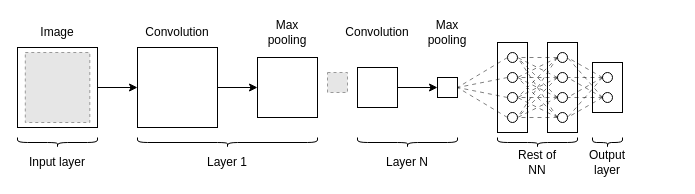
Mikkelnn/ESD7-Project keeps this draw.io diagram as figures/technicalAnalysis/NN/CNNArchitecture.drawio. Above is the earlier version. Source tidied: cells renumbered, new cells numbered last; positions are measured from the earlier drawing's top-left corner, leaving out a move shared by most shapes. Both pictures are drawn from the tidied source at 100%, with x=0, y=0 at pixel (17, 17). Pictures stored in the file or linked from it are replaced by grey dashed boxes.
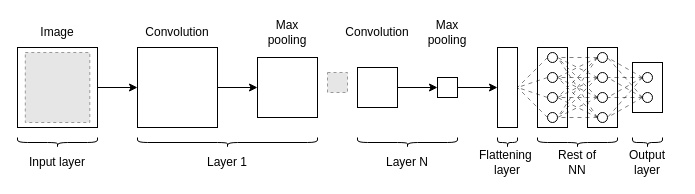
The same diagram, later.

Unchanged cells that the change refers to:
```xml
<mxCell id="12" style="whiteSpace=wrap;html=1;" parent="1" vertex="1">
  <mxGeometry x="420" y="60" width="20" height="20" as="geometry" />
</mxCell>
```

What changed in the source:
```diff
@@
+    <mxCell id="68" style="edgeStyle=orthogonalEdgeStyle;rounded=0;jettySize=auto;html=1;" parent="1" edge="1" source="12" target="69">
+      <mxGeometry relative="1" as="geometry" />
+    </mxCell>
@@
     <mxCell id="20" style="whiteSpace=wrap;html=1;fillColor=none;" parent="1" vertex="1">
-      <mxGeometry x="530" y="25" width="30" height="90" as="geometry" />
+      <mxGeometry x="570" y="30" width="30" height="80" as="geometry" />
     </mxCell>
     <mxCell id="21" style="ellipse;whiteSpace=wrap;html=1;fillColor=none;" parent="1" vertex="1">
-      <mxGeometry x="540" y="35" width="10" height="10" as="geometry" />
+      <mxGeometry x="580" y="35" width="10" height="10" as="geometry" />
     </mxCell>
     <mxCell id="22" style="ellipse;whiteSpace=wrap;html=1;fillColor=none;" parent="1" vertex="1">
-      <mxGeometry x="540" y="55" width="10" height="10" as="geometry" />
+      <mxGeometry x="580" y="55" width="10" height="10" as="geometry" />
     </mxCell>
     <mxCell id="23" style="ellipse;whiteSpace=wrap;html=1;fillColor=none;" parent="1" vertex="1">
-      <mxGeometry x="540" y="75" width="10" height="10" as="geometry" />
+      <mxGeometry x="580" y="75" width="10" height="10" as="geometry" />
     </mxCell>
     <mxCell id="24" style="ellipse;whiteSpace=wrap;html=1;fillColor=none;" parent="1" vertex="1">
-      <mxGeometry x="540" y="95" width="10" height="10" as="geometry" />
+      <mxGeometry x="580" y="95" width="10" height="10" as="geometry" />
     </mxCell>
     <mxCell id="25" style="whiteSpace=wrap;html=1;fillColor=none;" parent="1" vertex="1">
-      <mxGeometry x="575" y="45" width="30" height="50" as="geometry" />
+      <mxGeometry x="615" y="45" width="30" height="50" as="geometry" />
     </mxCell>
     <mxCell id="26" style="ellipse;whiteSpace=wrap;html=1;fillColor=none;" parent="1" vertex="1">
-      <mxGeometry x="585" y="55" width="10" height="10" as="geometry" />
+      <mxGeometry x="625" y="55" width="10" height="10" as="geometry" />
     </mxCell>
     <mxCell id="27" style="ellipse;whiteSpace=wrap;html=1;fillColor=none;" parent="1" vertex="1">
-      <mxGeometry x="585" y="75" width="10" height="10" as="geometry" />
+      <mxGeometry x="625" y="75" width="10" height="10" as="geometry" />
     </mxCell>
@@
     <mxCell id="36" style="whiteSpace=wrap;html=1;fillColor=none;" parent="1" vertex="1">
-      <mxGeometry x="480" y="25" width="30" height="90" as="geometry" />
+      <mxGeometry x="520" y="30" width="30" height="80" as="geometry" />
     </mxCell>
     <mxCell id="37" style="ellipse;whiteSpace=wrap;html=1;fillColor=none;" parent="1" vertex="1">
-      <mxGeometry x="490" y="35" width="10" height="10" as="geometry" />
+      <mxGeometry x="530" y="35" width="10" height="10" as="geometry" />
     </mxCell>
     <mxCell id="38" style="ellipse;whiteSpace=wrap;html=1;fillColor=none;" parent="1" vertex="1">
-      <mxGeometry x="490" y="55" width="10" height="10" as="geometry" />
+      <mxGeometry x="530" y="55" width="10" height="10" as="geometry" />
     </mxCell>
     <mxCell id="39" style="ellipse;whiteSpace=wrap;html=1;fillColor=none;" parent="1" vertex="1">
-      <mxGeometry x="490" y="75" width="10" height="10" as="geometry" />
+      <mxGeometry x="530" y="75" width="10" height="10" as="geometry" />
     </mxCell>
     <mxCell id="40" style="ellipse;whiteSpace=wrap;html=1;fillColor=none;" parent="1" vertex="1">
-      <mxGeometry x="490" y="95" width="10" height="10" as="geometry" />
+      <mxGeometry x="530" y="95" width="10" height="10" as="geometry" />
     </mxCell>
@@
-    <mxCell id="57" style="endArrow=none;dashed=1;html=1;dashPattern=8 8;strokeWidth=0.5;rounded=0;exitX=0;exitY=0.5;exitDx=0;exitDy=0;entryX=1;entryY=0.5;entryDx=0;entryDy=0;" parent="1" edge="1" source="37" target="12">
+    <mxCell id="57" style="endArrow=none;dashed=1;html=1;dashPattern=8 8;strokeWidth=0.5;rounded=0;exitX=0;exitY=0.5;exitDx=0;exitDy=0;entryX=1;entryY=0.5;entryDx=0;entryDy=0;" parent="1" edge="1" source="37" target="69">
       <mxGeometry relative="1" as="geometry" />
     </mxCell>
-    <mxCell id="58" style="endArrow=none;dashed=1;html=1;dashPattern=8 8;strokeWidth=0.5;rounded=0;exitX=0;exitY=0.5;exitDx=0;exitDy=0;entryX=1;entryY=0.5;entryDx=0;entryDy=0;" parent="1" edge="1" source="38" target="12">
+    <mxCell id="58" style="endArrow=none;dashed=1;html=1;dashPattern=8 8;strokeWidth=0.5;rounded=0;exitX=0;exitY=0.5;exitDx=0;exitDy=0;entryX=1;entryY=0.5;entryDx=0;entryDy=0;" parent="1" edge="1" source="38" target="69">
       <mxGeometry relative="1" as="geometry" />
     </mxCell>
-    <mxCell id="59" style="endArrow=none;dashed=1;html=1;dashPattern=8 8;strokeWidth=0.5;rounded=0;exitX=0;exitY=0.5;exitDx=0;exitDy=0;entryX=1;entryY=0.5;entryDx=0;entryDy=0;" parent="1" edge="1" source="39" target="12">
+    <mxCell id="59" style="endArrow=none;dashed=1;html=1;dashPattern=8 8;strokeWidth=0.5;rounded=0;exitX=0;exitY=0.5;exitDx=0;exitDy=0;entryX=1;entryY=0.5;entryDx=0;entryDy=0;" parent="1" edge="1" source="39" target="69">
       <mxGeometry relative="1" as="geometry" />
     </mxCell>
-    <mxCell id="60" style="endArrow=none;dashed=1;html=1;dashPattern=8 8;strokeWidth=0.5;rounded=0;exitX=0;exitY=0.5;exitDx=0;exitDy=0;entryX=1;entryY=0.5;entryDx=0;entryDy=0;" parent="1" edge="1" source="40" target="12">
+    <mxCell id="60" style="endArrow=none;dashed=1;html=1;dashPattern=8 8;strokeWidth=0.5;rounded=0;exitX=0;exitY=0.5;exitDx=0;exitDy=0;entryX=1;entryY=0.5;entryDx=0;entryDy=0;" parent="1" edge="1" source="40" target="69">
       <mxGeometry relative="1" as="geometry" />
     </mxCell>
     <mxCell id="61" style="shape=curlyBracket;whiteSpace=wrap;html=1;rounded=1;flipH=1;labelPosition=right;verticalLabelPosition=middle;align=left;verticalAlign=middle;rotation=90;" parent="1" vertex="1">
-      <mxGeometry x="515" y="85" width="10" height="80" as="geometry" />
+      <mxGeometry x="555" y="85" width="10" height="80" as="geometry" />
     </mxCell>
     <mxCell id="62" value="Rest of NN" style="text;html=1;whiteSpace=wrap;strokeColor=none;fillColor=none;align=center;verticalAlign=middle;rounded=0;" parent="1" vertex="1">
-      <mxGeometry x="490" y="130" width="60" height="30" as="geometry" />
+      <mxGeometry x="530" y="130" width="60" height="30" as="geometry" />
     </mxCell>
     <mxCell id="63" style="shape=curlyBracket;whiteSpace=wrap;html=1;rounded=1;flipH=1;labelPosition=right;verticalLabelPosition=middle;align=left;verticalAlign=middle;rotation=90;" parent="1" vertex="1">
-      <mxGeometry x="585" y="110" width="10" height="30" as="geometry" />
+      <mxGeometry x="625" y="110" width="10" height="30" as="geometry" />
     </mxCell>
     <mxCell id="64" value="&lt;div&gt;Output&lt;/div&gt;&lt;div&gt;layer&lt;/div&gt;" style="text;html=1;whiteSpace=wrap;strokeColor=none;fillColor=none;align=center;verticalAlign=middle;rounded=0;" parent="1" vertex="1">
-      <mxGeometry x="560" y="130" width="60" height="30" as="geometry" />
+      <mxGeometry x="600" y="130" width="60" height="30" as="geometry" />
     </mxCell>
@@
+    <mxCell id="69" style="whiteSpace=wrap;html=1;" parent="1" vertex="1">
+      <mxGeometry x="480" y="30" width="20" height="80" as="geometry" />
+    </mxCell>
+    <mxCell id="70" value="&lt;div&gt;Flattening&amp;nbsp;&lt;/div&gt;layer" style="text;html=1;whiteSpace=wrap;strokeColor=none;fillColor=none;align=center;verticalAlign=middle;rounded=0;" parent="1" vertex="1">
+      <mxGeometry x="455" y="130" width="70" height="30" as="geometry" />
+    </mxCell>
+    <mxCell id="71" style="shape=curlyBracket;whiteSpace=wrap;html=1;rounded=1;flipH=1;labelPosition=right;verticalLabelPosition=middle;align=left;verticalAlign=middle;rotation=90;" parent="1" vertex="1">
+      <mxGeometry x="485" y="115" width="10" height="20" as="geometry" />
+    </mxCell>
```
